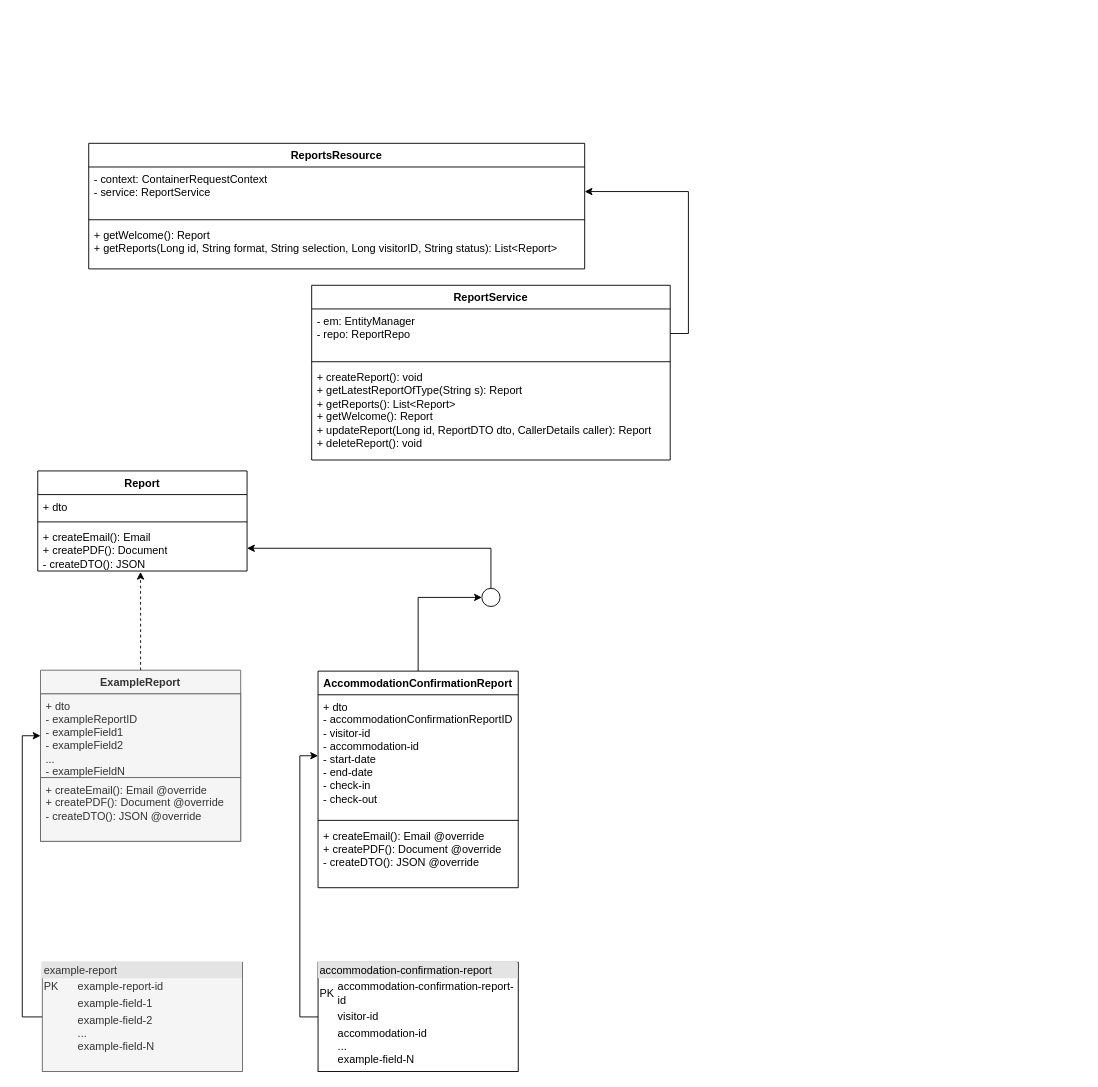
The draw.io diagram Document generation class diagram.drawio in ambolt314/FinalProjectDesign, before the edit. Source tidied: cells renumbered, new cells numbered last; positions are measured from the earlier drawing's top-left corner, leaving out a move shared by most shapes. Both pictures are drawn from the tidied source at 91%, with x=0, y=0 at pixel (37, 143).
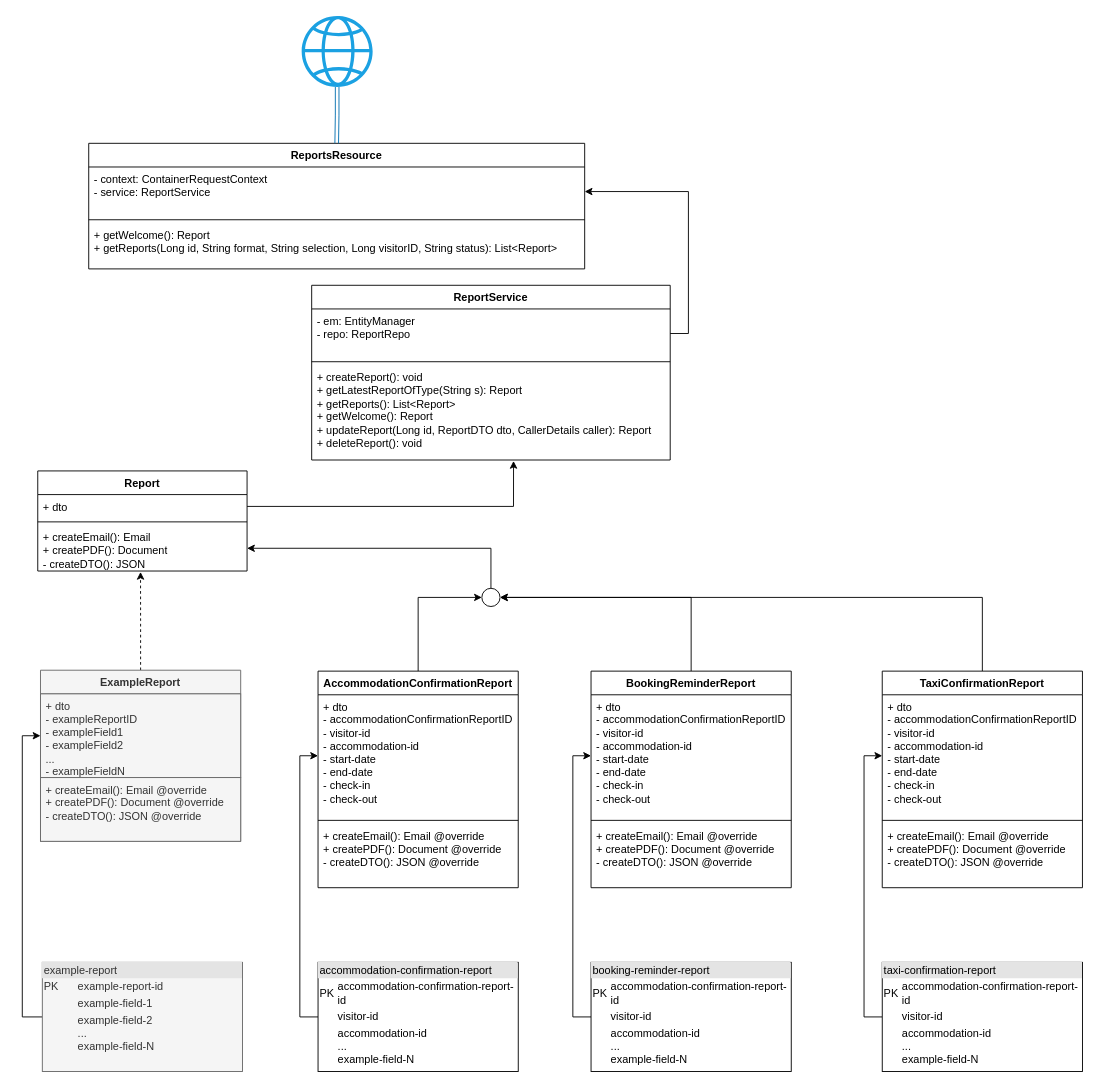
The same page after the edit.

Commit message:
Added other indicative reports

Unchanged cells that the change refers to:
```xml
<mxCell id="2" value="ReportsResource" style="swimlane;fontStyle=1;align=center;verticalAlign=top;horizontal=1;startSize=26;whiteSpace=wrap;html=1;" parent="1" vertex="1">
  <mxGeometry x="56" width="545" height="138" as="geometry" />
</mxCell>
<mxCell id="10" value="&lt;div&gt;+ createReport(): void&lt;/div&gt;&lt;div&gt;+ getLatestReportOfType(String s): Report&lt;br&gt;&lt;/div&gt;&lt;div&gt;+ getReports(): List&amp;lt;Report&amp;gt;&lt;br&gt;&lt;/div&gt;&lt;div&gt;+ getWelcome(): Report&lt;br&gt;&lt;/div&gt;&lt;div&gt;+ updateReport(Long id, ReportDTO dto, CallerDetails caller): Report&lt;br&gt;&lt;/div&gt;&lt;div&gt;+ deleteReport(): void&lt;br&gt;&lt;/div&gt;" style="text;strokeColor=none;fillColor=none;align=left;verticalAlign=top;spacingLeft=4;spacingRight=4;overflow=hidden;points=[[0,0.5],[1,0.5]];portConstraint=eastwest;whiteSpace=wrap;html=1;" parent="7" vertex="1">
  <mxGeometry y="88" width="394" height="104" as="geometry" />
</mxCell>
<mxCell id="12" value="+ dto" style="text;strokeColor=none;fillColor=none;align=left;verticalAlign=top;spacingLeft=4;spacingRight=4;overflow=hidden;points=[[0,0.5],[1,0.5]];portConstraint=eastwest;whiteSpace=wrap;html=1;" parent="11" vertex="1">
  <mxGeometry y="26" width="230" height="26" as="geometry" />
</mxCell>
<mxCell id="29" style="ellipse;whiteSpace=wrap;html=1;" parent="1" vertex="1">
  <mxGeometry x="488" y="489" width="20" height="20" as="geometry" />
</mxCell>
```

The edit, as a diff of the source:
```diff
@@
+    <mxCell id="30" style="edgeStyle=orthogonalEdgeStyle;rounded=0;jettySize=auto;html=1;entryX=0.563;entryY=1.01;entryDx=0;entryDy=0;entryPerimeter=0;" parent="1" edge="1" source="12" target="10">
+      <mxGeometry relative="1" as="geometry" />
+    </mxCell>
+    <mxCell id="31" style="edgeStyle=orthogonalEdgeStyle;rounded=0;jettySize=auto;html=1;entryX=0.5;entryY=0;entryDx=0;entryDy=0;shape=link;fillColor=#1ba1e2;strokeColor=#006EAF;" parent="1" edge="1" source="32" target="2">
+      <mxGeometry relative="1" as="geometry" />
+    </mxCell>
+    <mxCell id="32" style="sketch=0;outlineConnect=0;fillColor=#1ba1e2;strokeColor=#006EAF;dashed=0;verticalLabelPosition=bottom;verticalAlign=top;align=center;html=1;fontSize=12;fontStyle=0;shape=mxgraph.aws4.globe;fontColor=#ffffff;" parent="1" vertex="1">
+      <mxGeometry x="290" y="-140" width="78" height="78" as="geometry" />
+    </mxCell>
+    <mxCell id="33" style="edgeStyle=orthogonalEdgeStyle;rounded=0;jettySize=auto;html=1;entryX=0;entryY=0.5;entryDx=0;entryDy=0;exitX=0;exitY=0.5;exitDx=0;exitDy=0;" parent="1" edge="1" source="34" target="37">
+      <mxGeometry relative="1" as="geometry" />
+    </mxCell>
+    <mxCell id="34" value="&lt;div style=&quot;box-sizing:border-box;width:100%;background:#e4e4e4;padding:2px;&quot;&gt;booking-reminder-report&lt;/div&gt;&lt;table style=&quot;width:100%;font-size:1em;&quot; cellpadding=&quot;2&quot; cellspacing=&quot;0&quot;&gt;&lt;tbody&gt;&lt;tr&gt;&lt;td&gt;PK&lt;/td&gt;&lt;td&gt;accommodation-confirmation-report-id&lt;br&gt;&lt;/td&gt;&lt;/tr&gt;&lt;tr&gt;&lt;td&gt;&lt;br&gt;&lt;/td&gt;&lt;td&gt;visitor-id&lt;br&gt;&lt;/td&gt;&lt;/tr&gt;&lt;tr&gt;&lt;td&gt;&lt;/td&gt;&lt;td&gt;accommodation-id&lt;br&gt;...&lt;br&gt;example-field-N&lt;br&gt;&lt;/td&gt;&lt;/tr&gt;&lt;/tbody&gt;&lt;/table&gt;" style="verticalAlign=top;align=left;overflow=fill;html=1;whiteSpace=wrap;" parent="1" vertex="1">
+      <mxGeometry x="608" y="900" width="220" height="120" as="geometry" />
+    </mxCell>
+    <mxCell id="35" style="edgeStyle=orthogonalEdgeStyle;rounded=0;jettySize=auto;html=1;entryX=1;entryY=0.5;entryDx=0;entryDy=0;exitX=0.5;exitY=0;exitDx=0;exitDy=0;" parent="1" edge="1" source="36" target="29">
+      <mxGeometry relative="1" as="geometry" />
+    </mxCell>
+    <mxCell id="36" value="BookingReminderReport" style="swimlane;fontStyle=1;align=center;verticalAlign=top;horizontal=1;startSize=26;whiteSpace=wrap;html=1;" parent="1" vertex="1">
+      <mxGeometry x="608" y="580" width="220" height="238" as="geometry" />
+    </mxCell>
+    <mxCell id="37" value="&lt;div&gt;+ dto&lt;br&gt;&lt;/div&gt;&lt;div&gt;- accommodationConfirmationReportID&lt;/div&gt;&lt;div&gt;- visitor-id&lt;br&gt;&lt;/div&gt;&lt;div&gt;- accommodation-id&lt;/div&gt;&lt;div&gt;- start-date&lt;/div&gt;&lt;div&gt;- end-date&lt;/div&gt;&lt;div&gt;- check-in&lt;/div&gt;&lt;div&gt;- check-out&lt;br&gt;&lt;/div&gt;" style="text;strokeColor=none;fillColor=none;align=left;verticalAlign=top;spacingLeft=4;spacingRight=4;overflow=hidden;points=[[0,0.5],[1,0.5]];portConstraint=eastwest;whiteSpace=wrap;html=1;" parent="36" vertex="1">
+      <mxGeometry y="26" width="220" height="134" as="geometry" />
+    </mxCell>
+    <mxCell id="38" style="line;strokeWidth=1;fillColor=none;align=left;verticalAlign=middle;spacingTop=-1;spacingLeft=3;spacingRight=3;labelPosition=right;strokeColor=inherit;" parent="36" vertex="1">
+      <mxGeometry y="160" width="220" height="8" as="geometry" />
+    </mxCell>
+    <mxCell id="39" value="&lt;div&gt;+ createEmail(): Email @override&lt;/div&gt;&lt;div&gt;+ createPDF(): Document @override&lt;/div&gt;&lt;div&gt;- createDTO(): JSON @override&lt;br&gt;&lt;/div&gt;" style="text;strokeColor=none;fillColor=none;align=left;verticalAlign=top;spacingLeft=4;spacingRight=4;overflow=hidden;whiteSpace=wrap;html=1;" parent="36" vertex="1">
+      <mxGeometry y="168" width="220" height="70" as="geometry" />
+    </mxCell>
+    <mxCell id="40" style="edgeStyle=orthogonalEdgeStyle;rounded=0;jettySize=auto;html=1;entryX=0;entryY=0.5;entryDx=0;entryDy=0;exitX=0;exitY=0.5;exitDx=0;exitDy=0;" parent="1" edge="1" source="41" target="44">
+      <mxGeometry relative="1" as="geometry" />
+    </mxCell>
+    <mxCell id="41" value="&lt;div style=&quot;box-sizing:border-box;width:100%;background:#e4e4e4;padding:2px;&quot;&gt;taxi-confirmation-report&lt;/div&gt;&lt;table style=&quot;width:100%;font-size:1em;&quot; cellpadding=&quot;2&quot; cellspacing=&quot;0&quot;&gt;&lt;tbody&gt;&lt;tr&gt;&lt;td&gt;PK&lt;/td&gt;&lt;td&gt;accommodation-confirmation-report-id&lt;br&gt;&lt;/td&gt;&lt;/tr&gt;&lt;tr&gt;&lt;td&gt;&lt;br&gt;&lt;/td&gt;&lt;td&gt;visitor-id&lt;br&gt;&lt;/td&gt;&lt;/tr&gt;&lt;tr&gt;&lt;td&gt;&lt;/td&gt;&lt;td&gt;accommodation-id&lt;br&gt;...&lt;br&gt;example-field-N&lt;br&gt;&lt;/td&gt;&lt;/tr&gt;&lt;/tbody&gt;&lt;/table&gt;" style="verticalAlign=top;align=left;overflow=fill;html=1;whiteSpace=wrap;" parent="1" vertex="1">
+      <mxGeometry x="928" y="900" width="220" height="120" as="geometry" />
+    </mxCell>
+    <mxCell id="42" style="edgeStyle=orthogonalEdgeStyle;rounded=0;jettySize=auto;html=1;entryX=1;entryY=0.5;entryDx=0;entryDy=0;exitX=0.5;exitY=0;exitDx=0;exitDy=0;" parent="1" edge="1" source="43" target="29">
+      <mxGeometry relative="1" as="geometry" />
+    </mxCell>
+    <mxCell id="43" value="TaxiConfirmationReport" style="swimlane;fontStyle=1;align=center;verticalAlign=top;horizontal=1;startSize=26;whiteSpace=wrap;html=1;" parent="1" vertex="1">
+      <mxGeometry x="928" y="580" width="220" height="238" as="geometry" />
+    </mxCell>
+    <mxCell id="44" value="&lt;div&gt;+ dto&lt;br&gt;&lt;/div&gt;&lt;div&gt;- accommodationConfirmationReportID&lt;/div&gt;&lt;div&gt;- visitor-id&lt;br&gt;&lt;/div&gt;&lt;div&gt;- accommodation-id&lt;/div&gt;&lt;div&gt;- start-date&lt;/div&gt;&lt;div&gt;- end-date&lt;/div&gt;&lt;div&gt;- check-in&lt;/div&gt;&lt;div&gt;- check-out&lt;br&gt;&lt;/div&gt;" style="text;strokeColor=none;fillColor=none;align=left;verticalAlign=top;spacingLeft=4;spacingRight=4;overflow=hidden;points=[[0,0.5],[1,0.5]];portConstraint=eastwest;whiteSpace=wrap;html=1;" parent="43" vertex="1">
+      <mxGeometry y="26" width="220" height="134" as="geometry" />
+    </mxCell>
+    <mxCell id="45" style="line;strokeWidth=1;fillColor=none;align=left;verticalAlign=middle;spacingTop=-1;spacingLeft=3;spacingRight=3;labelPosition=right;strokeColor=inherit;" parent="43" vertex="1">
+      <mxGeometry y="160" width="220" height="8" as="geometry" />
+    </mxCell>
+    <mxCell id="46" value="&lt;div&gt;+ createEmail(): Email @override&lt;/div&gt;&lt;div&gt;+ createPDF(): Document @override&lt;/div&gt;&lt;div&gt;- createDTO(): JSON @override&lt;br&gt;&lt;/div&gt;" style="text;strokeColor=none;fillColor=none;align=left;verticalAlign=top;spacingLeft=4;spacingRight=4;overflow=hidden;whiteSpace=wrap;html=1;" parent="43" vertex="1">
+      <mxGeometry y="168" width="220" height="70" as="geometry" />
+    </mxCell>
```
